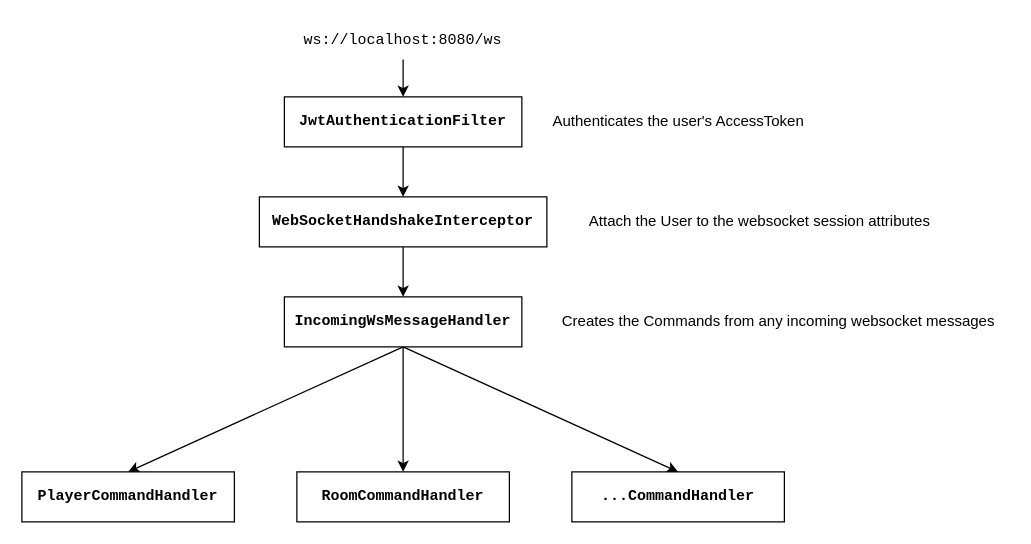
Above: page "WebSocket flow" (1 of 4) of plans.drawio in sean-b765/hls-app (draw.io), before the change. Source tidied: cells renumbered, new cells numbered last; positions are measured from the earlier drawing's top-left corner, leaving out a move shared by most shapes. Both pictures are drawn from the tidied source at 125%, with x=0, y=0 at pixel (21, 21).
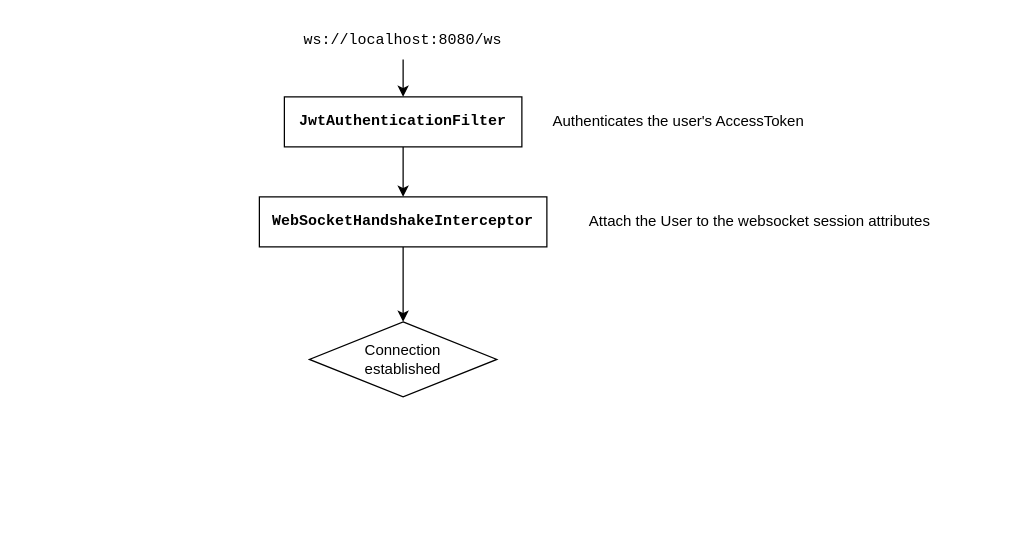
The same diagram, later.

The edit, as a diff of the source:
```diff
@@
 <mxGraphModel>
   <root>
     <mxCell id="0" />
     <mxCell id="1" parent="0" />
     <mxCell id="2" style="edgeStyle=none;html=1;entryX=0.5;entryY=0;entryDx=0;entryDy=0;fontFamily=Courier New;fontStyle=1;" parent="1" edge="1" source="3" target="5">
       <mxGeometry relative="1" as="geometry" />
     </mxCell>
     <mxCell id="3" value="JwtAuthenticationFilter" style="rounded=0;whiteSpace=wrap;html=1;fontFamily=Courier New;fontStyle=1;" parent="1" vertex="1">
       <mxGeometry x="210" y="60" width="190" height="40" as="geometry" />
     </mxCell>
-    <mxCell id="4" style="edgeStyle=none;html=1;entryX=0.5;entryY=0;entryDx=0;entryDy=0;fontFamily=Courier New;fontStyle=1;" parent="1" edge="1" source="5" target="11">
+    <mxCell id="4" style="edgeStyle=none;html=1;entryX=0.5;entryY=0;entryDx=0;entryDy=0;fontFamily=Courier New;fontStyle=1;" parent="1" edge="1" source="5" target="18">
       <mxGeometry relative="1" as="geometry" />
     </mxCell>
     <mxCell id="5" value="WebSocketHandshakeInterceptor" style="rounded=0;whiteSpace=wrap;html=1;fontFamily=Courier New;fontStyle=1;" parent="1" vertex="1">
       <mxGeometry x="190" y="140" width="230" height="40" as="geometry" />
     </mxCell>
     <mxCell id="6" style="edgeStyle=none;html=1;entryX=0.5;entryY=0;entryDx=0;entryDy=0;fontFamily=Courier New;fontStyle=1;" parent="1" edge="1" source="7" target="3">
       <mxGeometry relative="1" as="geometry" />
     </mxCell>
     <mxCell id="7" value="ws://localhost:8080/ws" style="text;html=1;align=center;verticalAlign=middle;whiteSpace=wrap;rounded=0;fontFamily=Courier New;" parent="1" vertex="1">
       <mxGeometry x="275" width="60" height="30" as="geometry" />
     </mxCell>
-    <mxCell id="8" style="edgeStyle=none;html=1;entryX=0.5;entryY=0;entryDx=0;entryDy=0;fontFamily=Courier New;fontStyle=1;" parent="1" edge="1" source="11" target="12">
-      <mxGeometry relative="1" as="geometry" />
-    </mxCell>
-    <mxCell id="9" style="edgeStyle=none;html=1;exitX=0.5;exitY=1;exitDx=0;exitDy=0;entryX=0.5;entryY=0;entryDx=0;entryDy=0;fontFamily=Courier New;fontStyle=1;" parent="1" edge="1" source="11" target="13">
-      <mxGeometry relative="1" as="geometry" />
-    </mxCell>
-    <mxCell id="10" style="edgeStyle=none;html=1;exitX=0.5;exitY=1;exitDx=0;exitDy=0;entryX=0.5;entryY=0;entryDx=0;entryDy=0;fontFamily=Courier New;fontStyle=1;" parent="1" edge="1" source="11" target="14">
-      <mxGeometry relative="1" as="geometry" />
-    </mxCell>
-    <mxCell id="11" value="IncomingWsMessageHandler" style="rounded=0;whiteSpace=wrap;html=1;fontFamily=Courier New;fontStyle=1;" parent="1" vertex="1">
-      <mxGeometry x="210" y="220" width="190" height="40" as="geometry" />
-    </mxCell>
-    <mxCell id="12" value="RoomCommandHandler" style="rounded=0;whiteSpace=wrap;html=1;fontFamily=Courier New;fontStyle=1;" parent="1" vertex="1">
-      <mxGeometry x="220" y="360" width="170" height="40" as="geometry" />
-    </mxCell>
-    <mxCell id="13" value="PlayerCommandHandler" style="rounded=0;whiteSpace=wrap;html=1;fontFamily=Courier New;fontStyle=1;" parent="1" vertex="1">
-      <mxGeometry y="360" width="170" height="40" as="geometry" />
-    </mxCell>
-    <mxCell id="14" value="...CommandHandler" style="rounded=0;whiteSpace=wrap;html=1;fontFamily=Courier New;fontStyle=1;" parent="1" vertex="1">
-      <mxGeometry x="440" y="360" width="170" height="40" as="geometry" />
-    </mxCell>
     <mxCell id="15" value="Attach the User to the websocket session attributes" style="text;html=1;align=center;verticalAlign=middle;strokeColor=none;fillColor=none;" parent="1" vertex="1">
       <mxGeometry x="440" y="145" width="300" height="30" as="geometry" />
     </mxCell>
     <mxCell id="16" value="Authenticates the user's AccessToken" style="text;html=1;align=center;verticalAlign=middle;strokeColor=none;fillColor=none;" parent="1" vertex="1">
       <mxGeometry x="415" y="65" width="220" height="30" as="geometry" />
     </mxCell>
-    <mxCell id="17" value="Creates the Commands from any incoming websocket messages" style="text;html=1;align=center;verticalAlign=middle;strokeColor=none;fillColor=none;" parent="1" vertex="1">
-      <mxGeometry x="420" y="225" width="370" height="30" as="geometry" />
-    </mxCell>
+    <mxCell id="18" value="Connection&lt;div&gt;established&lt;/div&gt;" style="rhombus;whiteSpace=wrap;html=1;" parent="1" vertex="1">
+      <mxGeometry x="230" y="240" width="150" height="60" as="geometry" />
+    </mxCell>
   </root>
 </mxGraphModel>
```
